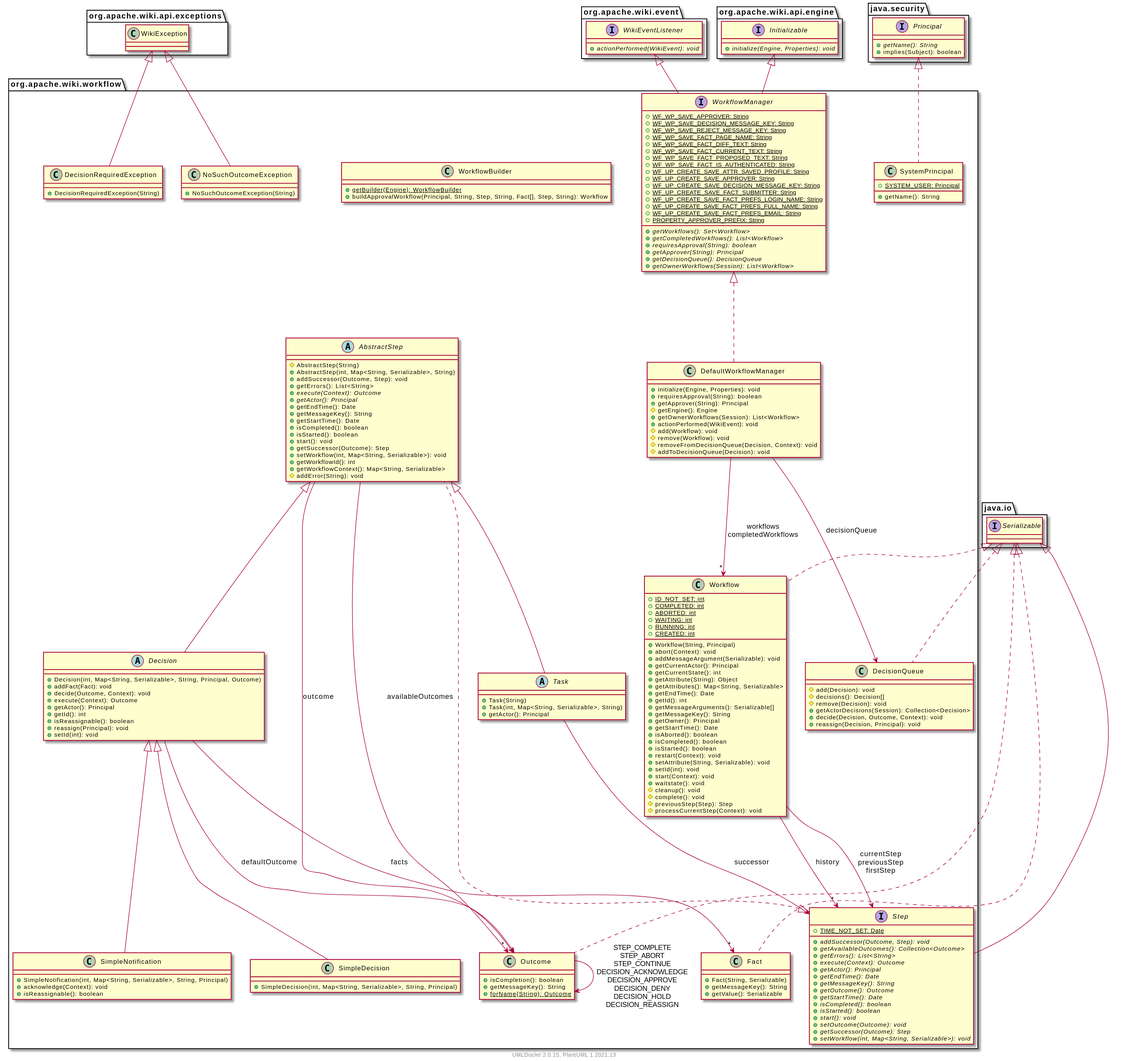
The PlantUML diagram apidocs/2.11.3/org/apache/wiki/workflow/package.svg in apache/jspwiki-site, before a commit.
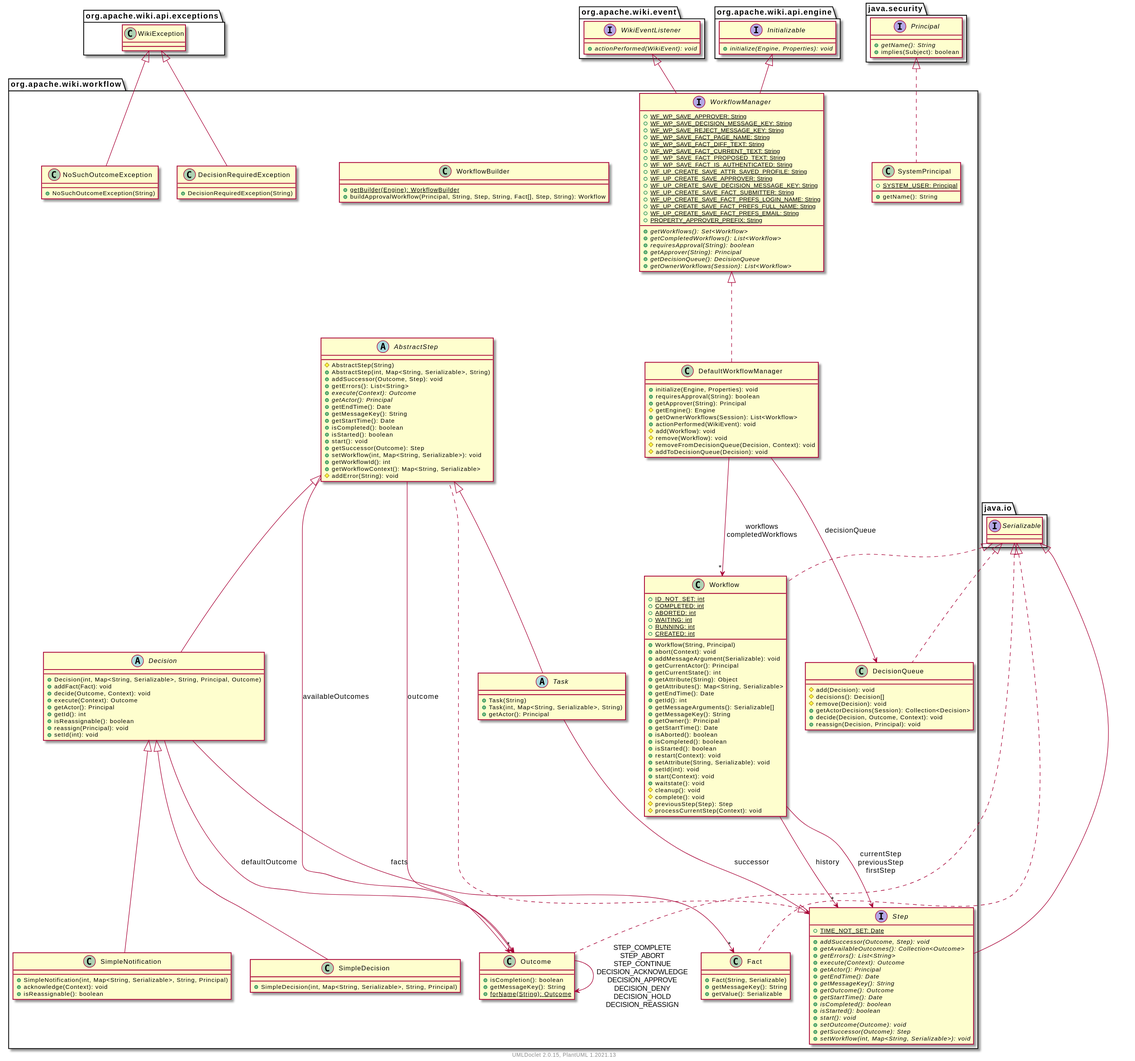
After the change.

The edit, as a diff of the source:
```diff
@@ -1,10 +1,123 @@
 @startuml
     namespace org.apache.wiki.workflow {
 
-        class Outcome [[Outcome.html]] {
-            +isCompletion(): boolean
+        abstract class AbstractStep [[AbstractStep.html]] {
+            #AbstractStep(String)
+            +AbstractStep(int, Map<String, Serializable>, String)
+            +addSuccessor(Outcome, Step): void
+            +getErrors(): List<String>
+            {abstract} +execute(Context): Outcome
+            {abstract} +getActor(): Principal
+            +getEndTime(): Date
             +getMessageKey(): String
-            {static} +forName(String): Outcome
+            +getStartTime(): Date
+            +isCompleted(): boolean
+            +isStarted(): boolean
+            +start(): void
+            +getSuccessor(Outcome): Step
+            +setWorkflow(int, Map<String, Serializable>): void
+            +getWorkflowId(): int
+            +getWorkflowContext(): Map<String, Serializable>
+            #addError(String): void
+        }
+
+        class Fact [[Fact.html]] {
+            +Fact(String, Serializable)
+            +getMessageKey(): String
+            +getValue(): Serializable
+        }
+
+        class DecisionRequiredException [[DecisionRequiredException.html]] {
+            +DecisionRequiredException(String)
+        }
+
+        interface WorkflowManager [[WorkflowManager.html]] {
+            {static} +WF_WP_SAVE_APPROVER: String
+            {static} +WF_WP_SAVE_DECISION_MESSAGE_KEY: String
+            {static} +WF_WP_SAVE_REJECT_MESSAGE_KEY: String
+            {static} +WF_WP_SAVE_FACT_PAGE_NAME: String
+            {static} +WF_WP_SAVE_FACT_DIFF_TEXT: String
+            {static} +WF_WP_SAVE_FACT_CURRENT_TEXT: String
+            {static} +WF_WP_SAVE_FACT_PROPOSED_TEXT: String
+            {static} +WF_WP_SAVE_FACT_IS_AUTHENTICATED: String
+            {static} +WF_UP_CREATE_SAVE_ATTR_SAVED_PROFILE: String
+            {static} +WF_UP_CREATE_SAVE_APPROVER: String
+            {static} +WF_UP_CREATE_SAVE_DECISION_MESSAGE_KEY: String
+            {static} +WF_UP_CREATE_SAVE_FACT_SUBMITTER: String
+            {static} +WF_UP_CREATE_SAVE_FACT_PREFS_LOGIN_NAME: String
+            {static} +WF_UP_CREATE_SAVE_FACT_PREFS_FULL_NAME: String
+            {static} +WF_UP_CREATE_SAVE_FACT_PREFS_EMAIL: String
+            {static} +PROPERTY_APPROVER_PREFIX: String
+            {abstract} +getWorkflows(): Set<Workflow>
+            {abstract} +getCompletedWorkflows(): List<Workflow>
+            {abstract} +requiresApproval(String): boolean
+            {abstract} +getApprover(String): Principal
+            {abstract} +getDecisionQueue(): DecisionQueue
+            {abstract} +getOwnerWorkflows(Session): List<Workflow>
+        }
+
+        class WorkflowBuilder [[WorkflowBuilder.html]] {
+            {static} +getBuilder(Engine): WorkflowBuilder
+            +buildApprovalWorkflow(Principal, String, Step, String, Fact[], Step, String): Workflow
+        }
+
+        class DefaultWorkflowManager [[DefaultWorkflowManager.html]] {
+            +initialize(Engine, Properties): void
+            +requiresApproval(String): boolean
+            +getApprover(String): Principal
+            #getEngine(): Engine
+            +getOwnerWorkflows(Session): List<Workflow>
+            +actionPerformed(WikiEvent): void
+            #add(Workflow): void
+            #remove(Workflow): void
+            #removeFromDecisionQueue(Decision, Context): void
+            #addToDecisionQueue(Decision): void
+        }
+
+        class SimpleDecision [[SimpleDecision.html]] {
+            +SimpleDecision(int, Map<String, Serializable>, String, Principal)
+        }
+
+        abstract class Task [[Task.html]] {
+            +Task(String)
+            +Task(int, Map<String, Serializable>, String)
+            +getActor(): Principal
+        }
+
+        class SimpleNotification [[SimpleNotification.html]] {
+            +SimpleNotification(int, Map<String, Serializable>, String, Principal)
+            +acknowledge(Context): void
+            +isReassignable(): boolean
+        }
+
+        class DecisionQueue [[DecisionQueue.html]] {
+            #add(Decision): void
+            #decisions(): Decision[]
+            #remove(Decision): void
+            +getActorDecisions(Session): Collection<Decision>
+            +decide(Decision, Outcome, Context): void
+            +reassign(Decision, Principal): void
+        }
+
+        abstract class Decision [[Decision.html]] {
+            +Decision(int, Map<String, Serializable>, String, Principal, Outcome)
+            +addFact(Fact): void
+            +decide(Outcome, Context): void
+            +execute(Context): Outcome
+            +getActor(): Principal
+            +getId(): int
+            +isReassignable(): boolean
+            +reassign(Principal): void
+            +setId(int): void
+        }
+
+        class NoSuchOutcomeException [[NoSuchOutcomeException.html]] {
+            +NoSuchOutcomeException(String)
+        }
+
+        class SystemPrincipal [[SystemPrincipal.html]] {
+            {static} +SYSTEM_USER: Principal
+            +getName(): String
         }
 
         interface Step [[Step.html]] {
@@ -24,25 +137,6 @@
             {abstract} +setOutcome(Outcome): void
             {abstract} +getSuccessor(Outcome): Step
             {abstract} +setWorkflow(int, Map<String, Serializable>): void
-        }
-
-        class DefaultWorkflowManager [[DefaultWorkflowManager.html]] {
-            +initialize(Engine, Properties): void
-            +requiresApproval(String): boolean
-            +getApprover(String): Principal
-            #getEngine(): Engine
-            +getOwnerWorkflows(Session): List<Workflow>
-            +actionPerformed(WikiEvent): void
-            #add(Workflow): void
-            #remove(Workflow): void
-            #removeFromDecisionQueue(Decision, Context): void
-            #addToDecisionQueue(Decision): void
-        }
-
-        class SimpleNotification [[SimpleNotification.html]] {
-            +SimpleNotification(int, Map<String, Serializable>, String, Principal)
-            +acknowledge(Context): void
-            +isReassignable(): boolean
         }
 
         class Workflow [[Workflow.html]] {
@@ -79,132 +173,38 @@
             #processCurrentStep(Context): void
         }
 
-        class DecisionRequiredException [[DecisionRequiredException.html]] {
-            +DecisionRequiredException(String)
+        class Outcome [[Outcome.html]] {
+            +isCompletion(): boolean
+            +getMessageKey(): String
+            {static} +forName(String): Outcome
         }
 
-        class DecisionQueue [[DecisionQueue.html]] {
-            #add(Decision): void
-            #decisions(): Decision[]
-            #remove(Decision): void
-            +getActorDecisions(Session): Collection<Decision>
-            +decide(Decision, Outcome, Context): void
-            +reassign(Decision, Principal): void
-        }
-
-        interface WorkflowManager [[WorkflowManager.html]] {
-            {static} +WF_WP_SAVE_APPROVER: String
-            {static} +WF_WP_SAVE_DECISION_MESSAGE_KEY: String
-            {static} +WF_WP_SAVE_REJECT_MESSAGE_KEY: String
-            {static} +WF_WP_SAVE_FACT_PAGE_NAME: String
-            {static} +WF_WP_SAVE_FACT_DIFF_TEXT: String
-            {static} +WF_WP_SAVE_FACT_CURRENT_TEXT: String
-            {static} +WF_WP_SAVE_FACT_PROPOSED_TEXT: String
-            {static} +WF_WP_SAVE_FACT_IS_AUTHENTICATED: String
-            {static} +WF_UP_CREATE_SAVE_ATTR_SAVED_PROFILE: String
-            {static} +WF_UP_CREATE_SAVE_APPROVER: String
-            {static} +WF_UP_CREATE_SAVE_DECISION_MESSAGE_KEY: String
-            {static} +WF_UP_CREATE_SAVE_FACT_SUBMITTER: String
-            {static} +WF_UP_CREATE_SAVE_FACT_PREFS_LOGIN_NAME: String
-            {static} +WF_UP_CREATE_SAVE_FACT_PREFS_FULL_NAME: String
-            {static} +WF_UP_CREATE_SAVE_FACT_PREFS_EMAIL: String
-            {static} +PROPERTY_APPROVER_PREFIX: String
-            {abstract} +getWorkflows(): Set<Workflow>
-            {abstract} +getCompletedWorkflows(): List<Workflow>
-            {abstract} +requiresApproval(String): boolean
-            {abstract} +getApprover(String): Principal
-            {abstract} +getDecisionQueue(): DecisionQueue
-            {abstract} +getOwnerWorkflows(Session): List<Workflow>
-        }
-
-        class SimpleDecision [[SimpleDecision.html]] {
-            +SimpleDecision(int, Map<String, Serializable>, String, Principal)
-        }
-
-        class Fact [[Fact.html]] {
-            +Fact(String, Serializable)
-            +getMessageKey(): String
-            +getValue(): Serializable
-        }
-
-        abstract class AbstractStep [[AbstractStep.html]] {
-            #AbstractStep(String)
-            +AbstractStep(int, Map<String, Serializable>, String)
-            +addSuccessor(Outcome, Step): void
-            +getErrors(): List<String>
-            {abstract} +execute(Context): Outcome
-            {abstract} +getActor(): Principal
-            +getEndTime(): Date
-            +getMessageKey(): String
-            +getStartTime(): Date
-            +isCompleted(): boolean
-            +isStarted(): boolean
-            +start(): void
-            +getSuccessor(Outcome): Step
-            +setWorkflow(int, Map<String, Serializable>): void
-            +getWorkflowId(): int
-            +getWorkflowContext(): Map<String, Serializable>
-            #addError(String): void
-        }
-
-        class WorkflowBuilder [[WorkflowBuilder.html]] {
-            {static} +getBuilder(Engine): WorkflowBuilder
-            +buildApprovalWorkflow(Principal, String, Step, String, Fact[], Step, String): Workflow
-        }
-
-        class NoSuchOutcomeException [[NoSuchOutcomeException.html]] {
-            +NoSuchOutcomeException(String)
-        }
-
-        abstract class Task [[Task.html]] {
-            +Task(String)
-            +Task(int, Map<String, Serializable>, String)
-            +getActor(): Principal
-        }
-
-        class SystemPrincipal [[SystemPrincipal.html]] {
-            {static} +SYSTEM_USER: Principal
-            +getName(): String
-        }
-
-        abstract class Decision [[Decision.html]] {
-            +Decision(int, Map<String, Serializable>, String, Principal, Outcome)
-            +addFact(Fact): void
-            +decide(Outcome, Context): void
-            +execute(Context): Outcome
-            +getActor(): Principal
-            +getId(): int
-            +isReassignable(): boolean
-            +reassign(Principal): void
-            +setId(int): void
-        }
-
-        java.io.Serializable <|.. Outcome
-        Outcome --> Outcome: STEP_COMPLETE\nSTEP_ABORT\nSTEP_CONTINUE\nDECISION_ACKNOWLEDGE\nDECISION_APPROVE\nDECISION_DENY\nDECISION_HOLD\nDECISION_REASSIGN
-        java.io.Serializable <|-- Step
+        Step <|.. AbstractStep
+        AbstractStep --> "*" Outcome: availableOutcomes
+        AbstractStep --> Outcome: outcome
+        java.io.Serializable <|.. Fact
+        org.apache.wiki.api.exceptions.WikiException <|-- DecisionRequiredException
+        org.apache.wiki.event.WikiEventListener <|-- WorkflowManager
+        org.apache.wiki.api.engine.Initializable <|-- WorkflowManager
         WorkflowManager <|.. DefaultWorkflowManager
         DefaultWorkflowManager --> "*" Workflow: workflows\ncompletedWorkflows
         DefaultWorkflowManager --> DecisionQueue: decisionQueue
+        Decision <|-- SimpleDecision
+        AbstractStep <|-- Task
+        Task --> Step: successor
         Decision <|-- SimpleNotification
+        java.io.Serializable <|.. DecisionQueue
+        AbstractStep <|-- Decision
+        Decision --> Outcome: defaultOutcome
+        Decision --> "*" Fact: facts
+        org.apache.wiki.api.exceptions.WikiException <|-- NoSuchOutcomeException
+        java.security.Principal <|.. SystemPrincipal
+        java.io.Serializable <|-- Step
         java.io.Serializable <|.. Workflow
         Workflow --> "*" Step: history
         Workflow --> Step: currentStep\npreviousStep\nfirstStep
-        org.apache.wiki.api.exceptions.WikiException <|-- DecisionRequiredException
-        java.io.Serializable <|.. DecisionQueue
-        org.apache.wiki.event.WikiEventListener <|-- WorkflowManager
-        org.apache.wiki.api.engine.Initializable <|-- WorkflowManager
-        Decision <|-- SimpleDecision
-        java.io.Serializable <|.. Fact
-        Step <|.. AbstractStep
-        AbstractStep --> "*" Outcome: availableOutcomes
-        AbstractStep --> Outcome: outcome
-        org.apache.wiki.api.exceptions.WikiException <|-- NoSuchOutcomeException
-        AbstractStep <|-- Task
-        Task --> Step: successor
-        java.security.Principal <|.. SystemPrincipal
-        AbstractStep <|-- Decision
-        Decision --> Outcome: defaultOutcome
-        Decision --> "*" Fact: facts
+        java.io.Serializable <|.. Outcome
+        Outcome --> Outcome: STEP_COMPLETE\nSTEP_ABORT\nSTEP_CONTINUE\nDECISION_ACKNOWLEDGE\nDECISION_APPROVE\nDECISION_DENY\nDECISION_HOLD\nDECISION_REASSIGN
     }
 
     namespace java.io {
```
